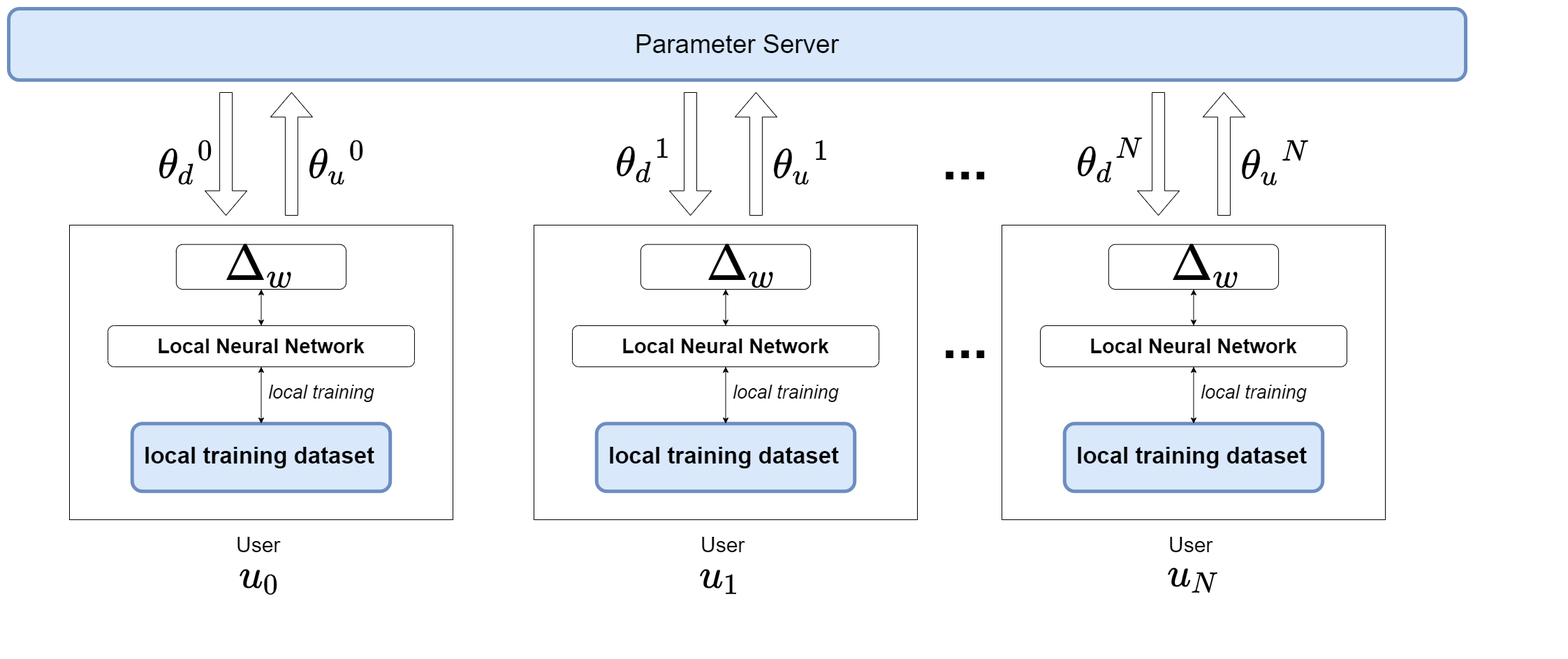
The draw.io diagram tex/HighLevelArch.png in PnkUncrn/DeepL, before a commit. Source tidied: cells renumbered, new cells last; positions are measured from the earlier drawing's top-left corner, leaving out a move shared by most shapes.
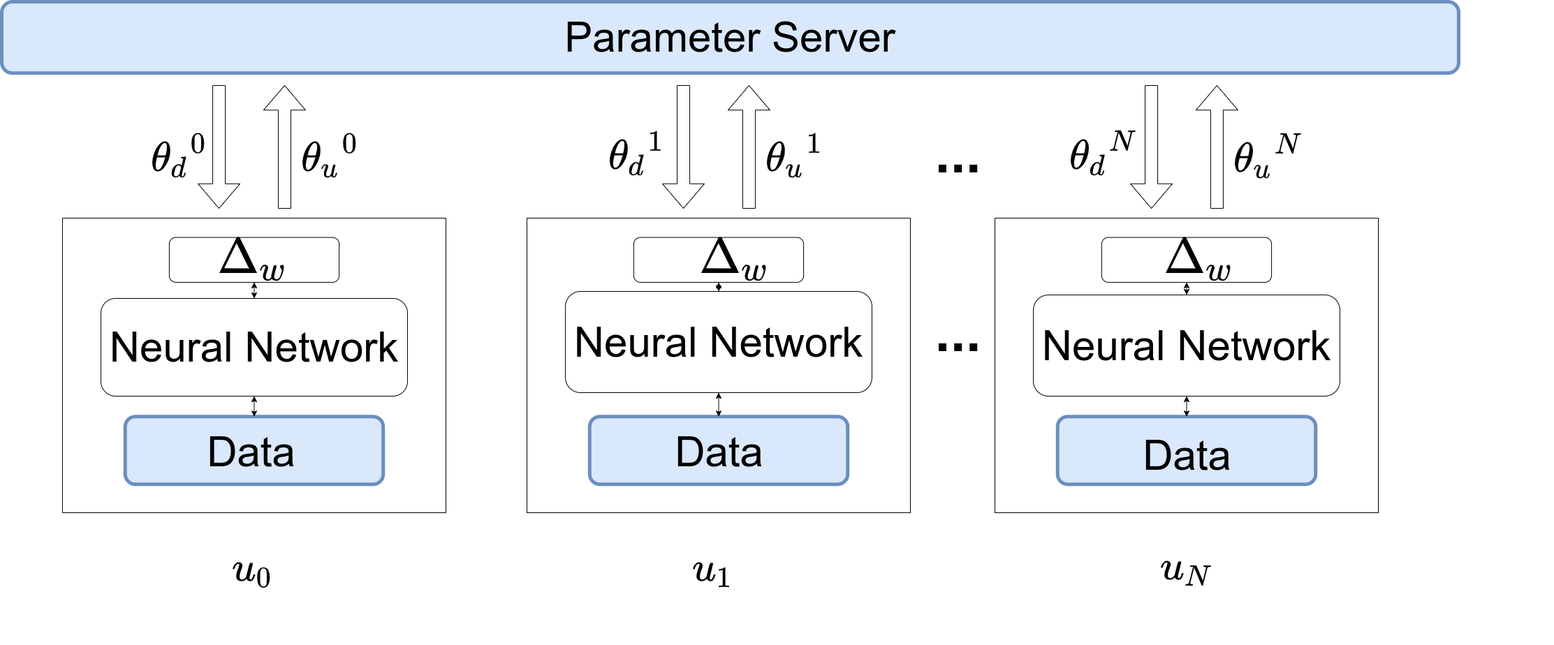
The same file after the commit.

What changed in the source:
```diff
@@ -5,7 +5,7 @@
     <mxCell id="2" style="rounded=0;whiteSpace=wrap;html=1;" parent="1" vertex="1">
       <mxGeometry x="87" y="310" width="549" height="422" as="geometry" />
     </mxCell>
-    <mxCell id="3" value="&lt;font style=&quot;font-size: 37px ; font-weight: normal&quot;&gt;Parameter Server&lt;/font&gt;" style="rounded=1;whiteSpace=wrap;html=1;strokeWidth=5;fillColor=#dae8fc;strokeColor=#6c8ebf;fontStyle=1;" parent="1" vertex="1">
+    <mxCell id="3" value="&lt;font style=&quot;font-size: 60px; font-weight: normal;&quot;&gt;Parameter Server&lt;/font&gt;" style="rounded=1;whiteSpace=wrap;html=1;strokeWidth=5;fillColor=#dae8fc;strokeColor=#6c8ebf;fontStyle=1;fontSize=60;" parent="1" vertex="1">
       <mxGeometry width="2086" height="102.2" as="geometry" />
     </mxCell>
     <mxCell id="4" value="&lt;b&gt;&lt;font style=&quot;font-size: 80px&quot;&gt;...&lt;/font&gt;&lt;/b&gt;" style="text;html=1;align=center;verticalAlign=middle;fontSize=50;" parent="1" vertex="1">
@@ -20,21 +20,18 @@
     <mxCell id="7" style="shape=singleArrow;direction=south;whiteSpace=wrap;html=1;" parent="1" vertex="1">
       <mxGeometry x="281" y="120" width="60" height="176" as="geometry" />
     </mxCell>
-    <mxCell id="8" style="rounded=1;whiteSpace=wrap;html=1;strokeWidth=5;fillColor=#dae8fc;strokeColor=#6c8ebf;fontStyle=1;" parent="1" vertex="1">
+    <mxCell id="8" style="rounded=1;whiteSpace=wrap;html=1;strokeWidth=5;fillColor=#dae8fc;strokeColor=#6c8ebf;fontStyle=1;fontSize=60;" parent="1" vertex="1">
       <mxGeometry x="176.8" y="594.3" width="369.5" height="97" as="geometry" />
     </mxCell>
-    <mxCell id="9" value="&lt;font style=&quot;font-size: 33px&quot;&gt;&lt;br&gt;&lt;br&gt;&lt;/font&gt;&lt;div style=&quot;font-family: &amp;#34;helvetica&amp;#34; ; font-style: normal ; letter-spacing: normal ; text-align: left ; text-indent: 0px ; text-transform: none ; word-spacing: 0px ; font-size: 33px&quot;&gt;local training dataset&lt;/div&gt;" style="text;html=1;align=left;verticalAlign=top;spacingTop=-4;fontStyle=1;" parent="1" vertex="1">
-      <mxGeometry x="191.5" y="540.3" width="340" height="54" as="geometry" />
+    <mxCell id="9" value="&lt;font style=&quot;font-size: 60px&quot;&gt;&lt;br style=&quot;font-size: 60px&quot;&gt;&lt;div style=&quot;&quot;&gt;&lt;span style=&quot;font-family: &amp;quot;helvetica&amp;quot;&quot;&gt;Data&lt;/span&gt;&lt;/div&gt;&lt;/font&gt;" style="text;html=1;align=center;verticalAlign=top;spacingTop=-4;fontStyle=0;fontSize=60;" parent="1" vertex="1">
+      <mxGeometry x="287" y="535" width="140" height="150" as="geometry" />
     </mxCell>
     <mxCell id="10" style="rounded=1;whiteSpace=wrap;html=1;" parent="1" vertex="1">
       <mxGeometry x="239.9" y="337.6" width="243.2" height="64.3" as="geometry" />
     </mxCell>
-    <mxCell id="11" value="&lt;span style=&quot;font-size: 29px&quot;&gt;&lt;b&gt;Local Neural Network&lt;/b&gt;&lt;/span&gt;" style="rounded=1;whiteSpace=wrap;html=1;" parent="1" vertex="1">
-      <mxGeometry x="142" y="454" width="438.9" height="58.9" as="geometry" />
+    <mxCell id="11" value="&lt;span style=&quot;font-size: 60px&quot;&gt;&lt;span style=&quot;font-size: 60px&quot;&gt;Neural Network&lt;/span&gt;&lt;/span&gt;" style="rounded=1;whiteSpace=wrap;html=1;fontSize=60;fontStyle=0;" parent="1" vertex="1">
+      <mxGeometry x="142" y="425" width="438.9" height="140" as="geometry" />
     </mxCell>
-    <mxCell id="12" value="&lt;i&gt;&lt;font style=&quot;font-size: 27px&quot;&gt;local training&lt;/font&gt;&lt;br&gt;&lt;/i&gt;" style="text;html=1;align=left;verticalAlign=top;spacingTop=-4;fontStyle=0;" parent="1" vertex="1">
-      <mxGeometry x="370.4" y="531" width="161" height="18" as="geometry" />
-    </mxCell>
     <mxCell id="13" value="&lt;div style=&quot;font-size: 60px&quot;&gt;&lt;font style=&quot;font-size: 60px&quot;&gt;&lt;font style=&quot;font-size: 60px&quot;&gt;$$\Delta_{w}$$&lt;/font&gt;&lt;/font&gt;&lt;/div&gt;&lt;div style=&quot;font-size: 60px&quot;&gt;&lt;font style=&quot;font-size: 60px&quot;&gt;&lt;span style=&quot;font-size: 24px&quot;&gt;&lt;font style=&quot;font-size: 24px&quot;&gt;&lt;br style=&quot;font-size: 24px&quot;&gt;&lt;/font&gt;&lt;/span&gt;&lt;/font&gt;&lt;/div&gt;" style="text;html=1;align=left;verticalAlign=top;spacingTop=-4;fontStyle=1;fontSize=24;" parent="1" vertex="1">
       <mxGeometry x="307" y="270" width="435" height="75" as="geometry" />
     </mxCell>
@@ -56,21 +53,15 @@
     <mxCell id="19" style="shape=singleArrow;direction=south;whiteSpace=wrap;html=1;" parent="1" vertex="1">
       <mxGeometry x="946" y="120" width="60" height="176" as="geometry" />
     </mxCell>
-    <mxCell id="20" style="rounded=1;whiteSpace=wrap;html=1;strokeWidth=5;fillColor=#dae8fc;strokeColor=#6c8ebf;fontStyle=1;" parent="1" vertex="1">
+    <mxCell id="20" style="rounded=1;whiteSpace=wrap;html=1;strokeWidth=5;fillColor=#dae8fc;strokeColor=#6c8ebf;fontStyle=1;fontSize=60;" parent="1" vertex="1">
       <mxGeometry x="841.8" y="594.3" width="369.5" height="97" as="geometry" />
     </mxCell>
-    <mxCell id="21" value="&lt;font style=&quot;font-size: 33px&quot;&gt;&lt;br&gt;&lt;br&gt;&lt;/font&gt;&lt;div style=&quot;font-family: &amp;#34;helvetica&amp;#34; ; font-style: normal ; letter-spacing: normal ; text-align: left ; text-indent: 0px ; text-transform: none ; word-spacing: 0px ; font-size: 33px&quot;&gt;local training dataset&lt;/div&gt;" style="text;html=1;align=left;verticalAlign=top;spacingTop=-4;fontStyle=1;" parent="1" vertex="1">
-      <mxGeometry x="856.5" y="540.3" width="340" height="54" as="geometry" />
-    </mxCell>
     <mxCell id="22" style="rounded=1;whiteSpace=wrap;html=1;" parent="1" vertex="1">
       <mxGeometry x="904.9" y="337.6" width="243.2" height="64.3" as="geometry" />
     </mxCell>
-    <mxCell id="23" value="&lt;span style=&quot;font-size: 29px&quot;&gt;&lt;b&gt;Local Neural Network&lt;/b&gt;&lt;/span&gt;" style="rounded=1;whiteSpace=wrap;html=1;" parent="1" vertex="1">
-      <mxGeometry x="807" y="454" width="438.9" height="58.9" as="geometry" />
+    <mxCell id="23" value="&lt;span style=&quot;font-size: 60px&quot;&gt;&lt;span style=&quot;font-size: 60px&quot;&gt;Neural Network&lt;/span&gt;&lt;/span&gt;" style="rounded=1;whiteSpace=wrap;html=1;fontSize=60;fontStyle=0;" parent="1" vertex="1">
+      <mxGeometry x="807" y="415" width="438.9" height="145" as="geometry" />
     </mxCell>
-    <mxCell id="24" value="&lt;i&gt;&lt;font style=&quot;font-size: 27px&quot;&gt;local training&lt;/font&gt;&lt;br&gt;&lt;/i&gt;" style="text;html=1;align=left;verticalAlign=top;spacingTop=-4;fontStyle=0;" parent="1" vertex="1">
-      <mxGeometry x="1035.4" y="531" width="161" height="18" as="geometry" />
-    </mxCell>
     <mxCell id="25" style="endArrow=classic;startArrow=classic;html=1;entryX=0.5;entryY=1;entryDx=0;entryDy=0;exitX=0.5;exitY=0;exitDx=0;exitDy=0;" parent="1" edge="1" source="23" target="22">
       <mxGeometry relative="1" as="geometry" />
     </mxCell>
@@ -92,21 +83,15 @@
     <mxCell id="31" style="shape=singleArrow;direction=south;whiteSpace=wrap;html=1;" parent="1" vertex="1">
       <mxGeometry x="1616" y="120" width="60" height="176" as="geometry" />
     </mxCell>
-    <mxCell id="32" style="rounded=1;whiteSpace=wrap;html=1;strokeWidth=5;fillColor=#dae8fc;strokeColor=#6c8ebf;fontStyle=1;" parent="1" vertex="1">
+    <mxCell id="32" style="rounded=1;whiteSpace=wrap;html=1;strokeWidth=5;fillColor=#dae8fc;strokeColor=#6c8ebf;fontStyle=1;fontSize=60;" parent="1" vertex="1">
       <mxGeometry x="1511.8" y="594.3" width="369.5" height="97" as="geometry" />
     </mxCell>
-    <mxCell id="33" value="&lt;font style=&quot;font-size: 33px&quot;&gt;&lt;br&gt;&lt;br&gt;&lt;/font&gt;&lt;div style=&quot;font-family: &amp;#34;helvetica&amp;#34; ; font-style: normal ; letter-spacing: normal ; text-align: left ; text-indent: 0px ; text-transform: none ; word-spacing: 0px ; font-size: 33px&quot;&gt;local training dataset&lt;/div&gt;" style="text;html=1;align=left;verticalAlign=top;spacingTop=-4;fontStyle=1;" parent="1" vertex="1">
-      <mxGeometry x="1526.5" y="540.3" width="340" height="54" as="geometry" />
-    </mxCell>
     <mxCell id="34" style="rounded=1;whiteSpace=wrap;html=1;" parent="1" vertex="1">
       <mxGeometry x="1574.9" y="337.6" width="243.2" height="64.3" as="geometry" />
     </mxCell>
-    <mxCell id="35" value="&lt;span style=&quot;font-size: 29px&quot;&gt;&lt;b&gt;Local Neural Network&lt;/b&gt;&lt;/span&gt;" style="rounded=1;whiteSpace=wrap;html=1;" parent="1" vertex="1">
-      <mxGeometry x="1477" y="454" width="438.9" height="58.9" as="geometry" />
+    <mxCell id="35" value="&lt;span style=&quot;font-size: 60px&quot;&gt;&lt;span style=&quot;font-size: 60px&quot;&gt;Neural Network&lt;/span&gt;&lt;/span&gt;" style="rounded=1;whiteSpace=wrap;html=1;fontSize=60;fontStyle=0;" parent="1" vertex="1">
+      <mxGeometry x="1477" y="420" width="438.9" height="145" as="geometry" />
     </mxCell>
-    <mxCell id="36" value="&lt;i&gt;&lt;font style=&quot;font-size: 27px&quot;&gt;local training&lt;/font&gt;&lt;br&gt;&lt;/i&gt;" style="text;html=1;align=left;verticalAlign=top;spacingTop=-4;fontStyle=0;" parent="1" vertex="1">
-      <mxGeometry x="1705.4" y="531" width="161" height="18" as="geometry" />
-    </mxCell>
     <mxCell id="37" style="endArrow=classic;startArrow=classic;html=1;entryX=0.5;entryY=1;entryDx=0;entryDy=0;exitX=0.5;exitY=0;exitDx=0;exitDy=0;" parent="1" edge="1" source="35" target="34">
       <mxGeometry relative="1" as="geometry" />
     </mxCell>
@@ -122,8 +107,8 @@
     <mxCell id="41" value="&lt;br&gt;&lt;br&gt;&lt;div style=&quot;font-family: &amp;#34;helvetica&amp;#34; ; font-style: normal ; font-weight: 700 ; letter-spacing: normal ; text-align: left ; text-indent: 0px ; text-transform: none ; word-spacing: 0px ; font-size: 50px&quot;&gt;&lt;font style=&quot;font-size: 50px&quot;&gt;$$u_{0}$$&lt;/font&gt;&lt;/div&gt;&lt;br class=&quot;Apple-interchange-newline&quot;&gt;" style="text;html=1;align=left;verticalAlign=top;spacingTop=-4;fontStyle=1;" parent="1" vertex="1">
       <mxGeometry x="327.9" y="702.2" width="246" height="54" as="geometry" />
     </mxCell>
-    <mxCell id="42" value="&lt;span style=&quot;font-size: 30px&quot;&gt;User&lt;br&gt;&lt;/span&gt;" style="text;html=1;align=left;verticalAlign=top;spacingTop=-4;fontStyle=0;" parent="1" vertex="1">
-      <mxGeometry x="324" y="748" width="75" height="25" as="geometry" />
+    <mxCell id="42" value="&lt;span style=&quot;font-size: 30px&quot;&gt;&lt;br&gt;&lt;/span&gt;" style="text;html=1;align=left;verticalAlign=top;spacingTop=-4;fontStyle=0;" parent="1" vertex="1">
+      <mxGeometry x="324" y="748" width="15" height="25" as="geometry" />
     </mxCell>
     <mxCell id="43" value="&lt;br&gt;&lt;br&gt;&lt;div style=&quot;font-family: &amp;#34;helvetica&amp;#34; ; font-style: normal ; font-weight: 700 ; letter-spacing: normal ; text-align: left ; text-indent: 0px ; text-transform: none ; word-spacing: 0px ; font-size: 50px&quot;&gt;&lt;font style=&quot;font-size: 50px&quot;&gt;$$u_{1}$$&lt;/font&gt;&lt;/div&gt;&lt;br class=&quot;Apple-interchange-newline&quot;&gt;&lt;br&gt;" style="text;html=1;align=left;verticalAlign=top;spacingTop=-4;fontStyle=1;" parent="1" vertex="1">
       <mxGeometry x="987" y="702.2" width="246" height="68" as="geometry" />
@@ -131,11 +116,11 @@
     <mxCell id="44" value="&lt;br&gt;&lt;br&gt;&lt;div style=&quot;font-family: &amp;#34;helvetica&amp;#34; ; font-style: normal ; font-weight: 700 ; letter-spacing: normal ; text-align: left ; text-indent: 0px ; text-transform: none ; word-spacing: 0px ; font-size: 50px&quot;&gt;&lt;font style=&quot;font-size: 50px&quot;&gt;$$u_{N}$$&lt;/font&gt;&lt;/div&gt;&lt;br class=&quot;Apple-interchange-newline&quot;&gt;&lt;br&gt;" style="text;html=1;align=left;verticalAlign=top;spacingTop=-4;fontStyle=1;" parent="1" vertex="1">
       <mxGeometry x="1657" y="700" width="255" height="68" as="geometry" />
     </mxCell>
-    <mxCell id="45" value="&lt;span style=&quot;font-size: 30px&quot;&gt;User&lt;br&gt;&lt;/span&gt;" style="text;html=1;align=left;verticalAlign=top;spacingTop=-4;fontStyle=0;" parent="1" vertex="1">
-      <mxGeometry x="989" y="748" width="75" height="25" as="geometry" />
+    <mxCell id="45" value="&lt;span style=&quot;font-size: 30px&quot;&gt;&lt;br&gt;&lt;/span&gt;" style="text;html=1;align=left;verticalAlign=top;spacingTop=-4;fontStyle=0;" parent="1" vertex="1">
+      <mxGeometry x="989" y="748" width="15" height="25" as="geometry" />
     </mxCell>
-    <mxCell id="46" value="&lt;span style=&quot;font-size: 30px&quot;&gt;User&lt;br&gt;&lt;/span&gt;" style="text;html=1;align=left;verticalAlign=top;spacingTop=-4;fontStyle=0;" parent="1" vertex="1">
-      <mxGeometry x="1659" y="748" width="75" height="25" as="geometry" />
+    <mxCell id="46" value="&lt;span style=&quot;font-size: 30px&quot;&gt;&lt;br&gt;&lt;/span&gt;" style="text;html=1;align=left;verticalAlign=top;spacingTop=-4;fontStyle=0;" parent="1" vertex="1">
+      <mxGeometry x="1659" y="748" width="15" height="25" as="geometry" />
     </mxCell>
     <mxCell id="47" value="&lt;div style=&quot;font-size: 60px&quot;&gt;&lt;font style=&quot;font-size: 60px&quot;&gt;&lt;font style=&quot;font-size: 60px&quot;&gt;$$\Delta_{w}$$&lt;/font&gt;&lt;/font&gt;&lt;/div&gt;&lt;div style=&quot;font-size: 60px&quot;&gt;&lt;font style=&quot;font-size: 60px&quot;&gt;&lt;span style=&quot;font-size: 24px&quot;&gt;&lt;font style=&quot;font-size: 24px&quot;&gt;&lt;br style=&quot;font-size: 24px&quot;&gt;&lt;/font&gt;&lt;/span&gt;&lt;/font&gt;&lt;/div&gt;" style="text;html=1;align=left;verticalAlign=top;spacingTop=-4;fontStyle=1;fontSize=24;" parent="1" vertex="1">
       <mxGeometry x="997" y="270" width="435" height="75" as="geometry" />
@@ -143,8 +128,14 @@
     <mxCell id="48" value="&lt;b&gt;&lt;font style=&quot;font-size: 80px&quot;&gt;...&lt;/font&gt;&lt;/b&gt;" style="text;html=1;align=center;verticalAlign=middle;fontSize=50;" parent="1" vertex="1">
       <mxGeometry x="1331" y="180" width="76" height="74" as="geometry" />
     </mxCell>
-    <mxCell id="49" value="&lt;div style=&quot;font-size: 60px&quot;&gt;&lt;font style=&quot;font-size: 60px&quot;&gt;&lt;font style=&quot;font-size: 60px&quot;&gt;$$\Delta_{w}$$&lt;/font&gt;&lt;/font&gt;&lt;/div&gt;&lt;div style=&quot;font-size: 60px&quot;&gt;&lt;font style=&quot;font-size: 60px&quot;&gt;&lt;span style=&quot;font-size: 24px&quot;&gt;&lt;font style=&quot;font-size: 24px&quot;&gt;&lt;br style=&quot;font-size: 24px&quot;&gt;&lt;/font&gt;&lt;/span&gt;&lt;/font&gt;&lt;/div&gt;" style="text;html=1;align=left;verticalAlign=top;spacingTop=-4;fontStyle=1;fontSize=24;" parent="1" vertex="1">
-      <mxGeometry x="1662" y="270" width="435" height="75" as="geometry" />
+    <mxCell id="49" value="&lt;div style=&quot;font-size: 60px&quot;&gt;&lt;font style=&quot;font-size: 60px&quot;&gt;&lt;font style=&quot;font-size: 60px&quot;&gt;$$\Delta_{w}$$&lt;/font&gt;&lt;/font&gt;&lt;/div&gt;&lt;div style=&quot;font-size: 60px&quot;&gt;&lt;font style=&quot;font-size: 60px&quot;&gt;&lt;span style=&quot;font-size: 24px&quot;&gt;&lt;font style=&quot;font-size: 24px&quot;&gt;&lt;br style=&quot;font-size: 24px&quot;&gt;&lt;/font&gt;&lt;/span&gt;&lt;/font&gt;&lt;/div&gt;" style="text;html=1;align=left;verticalAlign=top;spacingTop=-4;fontStyle=0;fontSize=24;" parent="1" vertex="1">
+      <mxGeometry x="1662" y="270" width="420" height="75" as="geometry" />
     </mxCell>
+    <mxCell id="50" value="&lt;font style=&quot;font-size: 60px&quot;&gt;&lt;br style=&quot;font-size: 60px&quot;&gt;&lt;div style=&quot;&quot;&gt;&lt;span style=&quot;font-family: &amp;quot;helvetica&amp;quot;&quot;&gt;Data&lt;/span&gt;&lt;/div&gt;&lt;/font&gt;" style="text;html=1;align=center;verticalAlign=top;spacingTop=-4;fontStyle=0;fontSize=60;" parent="1" vertex="1">
+      <mxGeometry x="956.5" y="535" width="140" height="150" as="geometry" />
+    </mxCell>
+    <mxCell id="51" value="&lt;font style=&quot;font-size: 60px&quot;&gt;&lt;br style=&quot;font-size: 60px&quot;&gt;&lt;div style=&quot;&quot;&gt;&lt;span style=&quot;font-family: &amp;quot;helvetica&amp;quot;&quot;&gt;Data&lt;/span&gt;&lt;/div&gt;&lt;/font&gt;" style="text;html=1;align=center;verticalAlign=top;spacingTop=-4;fontStyle=0;fontSize=60;" parent="1" vertex="1">
+      <mxGeometry x="1626.5" y="540.3" width="140" height="150" as="geometry" />
+    </mxCell>
   </root>
 </mxGraphModel>
```
